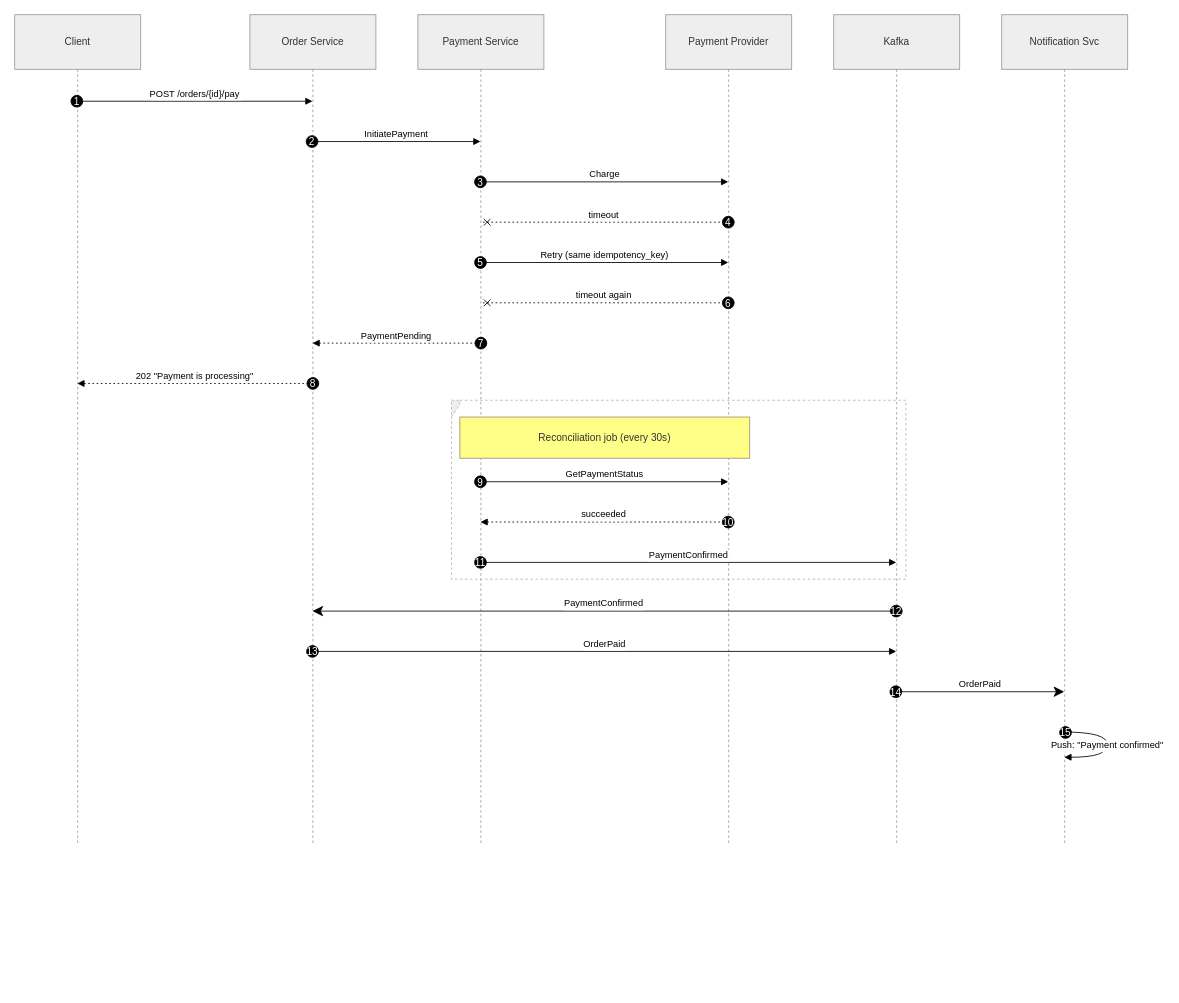
hextract/highload keeps this draw.io diagram as docs/diagrams/seq-payment-failure.drawio. Above is the earlier version. Source tidied: cells renumbered, new cells numbered last; positions are measured from the earlier drawing's top-left corner, leaving out a move shared by most shapes. Both pictures are drawn from the tidied source at 84%, with x=0, y=0 at pixel (14, 14).
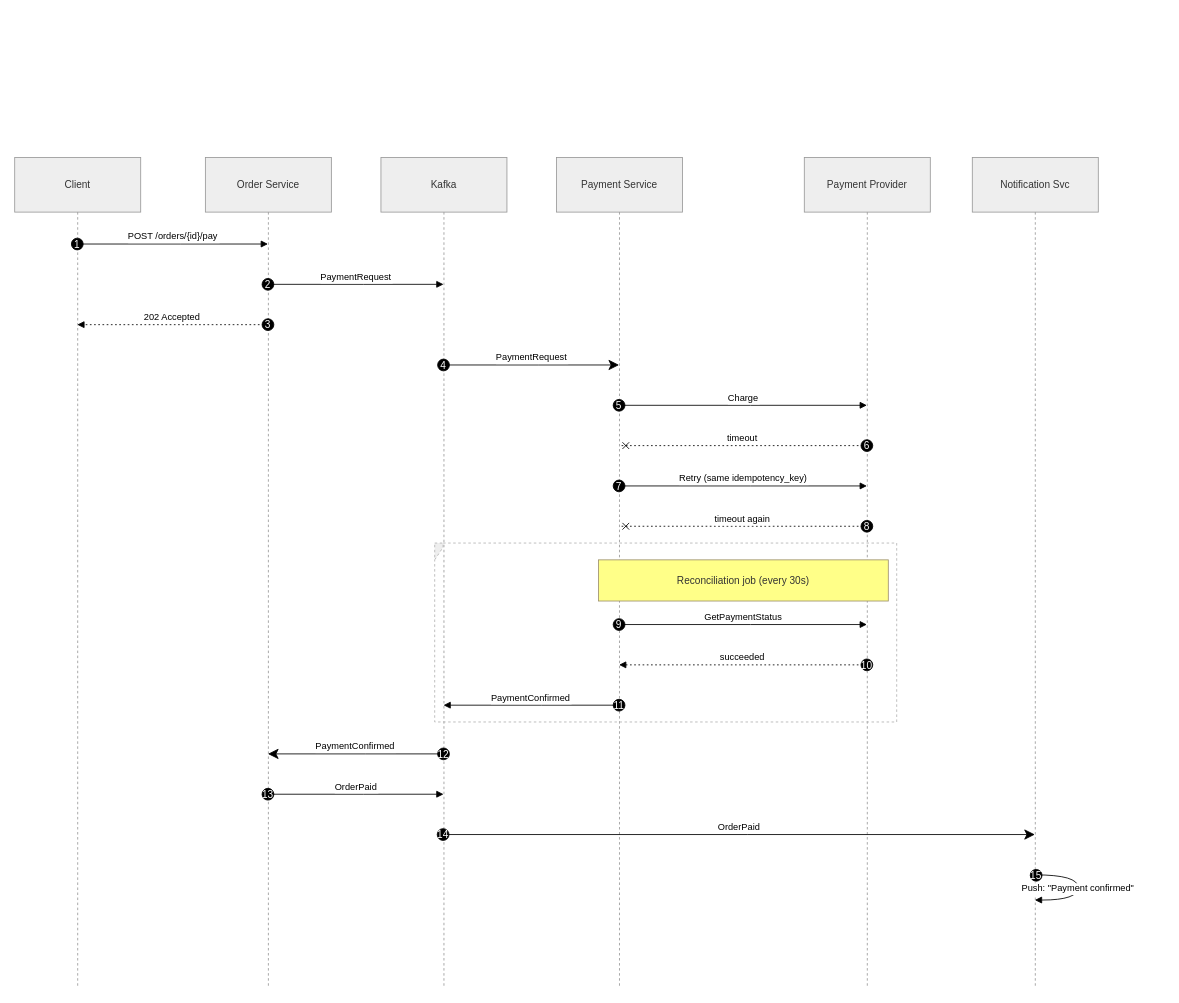
The same page after the edit.

Change to the diagram source:
```diff
@@
     <mxCell id="2" value="Client" style="shape=umlLifeline;perimeter=lifelinePerimeter;whiteSpace=wrap;outlineConnect=0;portConstraint=eastwest;newEdgeStyle={&quot;edgeStyle&quot;:&quot;elbowEdgeStyle&quot;,&quot;elbow&quot;:&quot;vertical&quot;,&quot;curved&quot;:0,&quot;rounded&quot;:0};size=65;fillColor=light-dark(#eeeeee,#1f2020);strokeColor=light-dark(#999999,#cccccc);fontColor=light-dark(#333333,#cccccc);" parent="1" vertex="1">
-      <mxGeometry width="150" height="989" as="geometry" />
+      <mxGeometry y="170" width="150" height="989" as="geometry" />
     </mxCell>
     <mxCell id="3" value="Order Service" style="shape=umlLifeline;perimeter=lifelinePerimeter;whiteSpace=wrap;outlineConnect=0;portConstraint=eastwest;newEdgeStyle={&quot;edgeStyle&quot;:&quot;elbowEdgeStyle&quot;,&quot;elbow&quot;:&quot;vertical&quot;,&quot;curved&quot;:0,&quot;rounded&quot;:0};size=65;fillColor=light-dark(#eeeeee,#1f2020);strokeColor=light-dark(#999999,#cccccc);fontColor=light-dark(#333333,#cccccc);" parent="1" vertex="1">
-      <mxGeometry x="280" width="150" height="989" as="geometry" />
+      <mxGeometry x="227" y="170" width="150" height="989" as="geometry" />
     </mxCell>
+    <mxCell id="6" value="Kafka" style="shape=umlLifeline;perimeter=lifelinePerimeter;whiteSpace=wrap;outlineConnect=0;portConstraint=eastwest;newEdgeStyle={&quot;edgeStyle&quot;:&quot;elbowEdgeStyle&quot;,&quot;elbow&quot;:&quot;vertical&quot;,&quot;curved&quot;:0,&quot;rounded&quot;:0};size=65;fillColor=light-dark(#eeeeee,#1f2020);strokeColor=light-dark(#999999,#cccccc);fontColor=light-dark(#333333,#cccccc);" parent="1" vertex="1">
+      <mxGeometry x="436" y="170" width="150" height="989" as="geometry" />
+    </mxCell>
     <mxCell id="4" value="Payment Service" style="shape=umlLifeline;perimeter=lifelinePerimeter;whiteSpace=wrap;outlineConnect=0;portConstraint=eastwest;newEdgeStyle={&quot;edgeStyle&quot;:&quot;elbowEdgeStyle&quot;,&quot;elbow&quot;:&quot;vertical&quot;,&quot;curved&quot;:0,&quot;rounded&quot;:0};size=65;fillColor=light-dark(#eeeeee,#1f2020);strokeColor=light-dark(#999999,#cccccc);fontColor=light-dark(#333333,#cccccc);" parent="1" vertex="1">
-      <mxGeometry x="480" width="150" height="989" as="geometry" />
+      <mxGeometry x="645" y="170" width="150" height="989" as="geometry" />
     </mxCell>
     <mxCell id="5" value="Payment Provider" style="shape=umlLifeline;perimeter=lifelinePerimeter;whiteSpace=wrap;outlineConnect=0;portConstraint=eastwest;newEdgeStyle={&quot;edgeStyle&quot;:&quot;elbowEdgeStyle&quot;,&quot;elbow&quot;:&quot;vertical&quot;,&quot;curved&quot;:0,&quot;rounded&quot;:0};size=65;fillColor=light-dark(#eeeeee,#1f2020);strokeColor=light-dark(#999999,#cccccc);fontColor=light-dark(#333333,#cccccc);" parent="1" vertex="1">
-      <mxGeometry x="775" width="150" height="989" as="geometry" />
+      <mxGeometry x="940" y="170" width="150" height="989" as="geometry" />
     </mxCell>
-    <mxCell id="6" value="Kafka" style="shape=umlLifeline;perimeter=lifelinePerimeter;whiteSpace=wrap;outlineConnect=0;portConstraint=eastwest;newEdgeStyle={&quot;edgeStyle&quot;:&quot;elbowEdgeStyle&quot;,&quot;elbow&quot;:&quot;vertical&quot;,&quot;curved&quot;:0,&quot;rounded&quot;:0};size=65;fillColor=light-dark(#eeeeee,#1f2020);strokeColor=light-dark(#999999,#cccccc);fontColor=light-dark(#333333,#cccccc);" parent="1" vertex="1">
-      <mxGeometry x="975" width="150" height="989" as="geometry" />
-    </mxCell>
     <mxCell id="7" value="Notification Svc" style="shape=umlLifeline;perimeter=lifelinePerimeter;whiteSpace=wrap;outlineConnect=0;portConstraint=eastwest;newEdgeStyle={&quot;edgeStyle&quot;:&quot;elbowEdgeStyle&quot;,&quot;elbow&quot;:&quot;vertical&quot;,&quot;curved&quot;:0,&quot;rounded&quot;:0};size=65;fillColor=light-dark(#eeeeee,#1f2020);strokeColor=light-dark(#999999,#cccccc);fontColor=light-dark(#333333,#cccccc);" parent="1" vertex="1">
-      <mxGeometry x="1175" width="150" height="989" as="geometry" />
+      <mxGeometry x="1140" y="170" width="150" height="989" as="geometry" />
     </mxCell>
-    <mxCell id="8" style="shape=umlFrame;dashed=1;strokeColor=#B3B3B3;height=20;width=0;fillColor=light-dark(#eeeeee,#1f2020);fontColor=light-dark(#333333,#cccccc);" parent="1" vertex="1">
-      <mxGeometry x="520" y="459" width="541" height="213" as="geometry" />
-    </mxCell>
-    <mxCell id="9" style="text;strokeColor=none;fillColor=none;align=center;verticalAlign=middle;whiteSpace=wrap;" parent="8" vertex="1">
-      <mxGeometry width="541" height="20" as="geometry" />
-    </mxCell>
+    <mxCell id="41" style="shape=umlFrame;dashed=1;strokeColor=#B3B3B3;height=20;width=0;fillColor=light-dark(#eeeeee,#1f2020);fontColor=light-dark(#333333,#cccccc);" parent="1" vertex="1">
+      <mxGeometry x="500" y="629" width="550" height="213" as="geometry" />
+    </mxCell>
+    <mxCell id="42" style="text;strokeColor=none;fillColor=none;align=center;verticalAlign=middle;whiteSpace=wrap;" parent="41" vertex="1">
+      <mxGeometry width="550" height="20" as="geometry" />
+    </mxCell>
     <mxCell id="10" value="POST /orders/{id}/pay" style="verticalAlign=bottom;edgeStyle=elbowEdgeStyle;elbow=vertical;curved=0;rounded=0;endArrow=block;" parent="1" edge="1" source="2" target="3">
       <mxGeometry relative="1" as="geometry">
         <Array as="points">
-          <mxPoint x="224" y="103" />
+          <mxPoint x="197" y="273" />
         </Array>
       </mxGeometry>
     </mxCell>
     <mxCell id="11" value="1" style="ellipse;fillColor=#000000;align=center;fontColor=#FFFFFF;" parent="10" vertex="1">
       <mxGeometry width="14" height="14" relative="1" as="geometry">
-        <mxPoint x="-147.5" y="-7" as="offset" />
+        <mxPoint x="-121" y="-7" as="offset" />
       </mxGeometry>
     </mxCell>
-    <mxCell id="12" value="InitiatePayment" style="verticalAlign=bottom;edgeStyle=elbowEdgeStyle;elbow=vertical;curved=0;rounded=0;endArrow=block;" parent="1" edge="1" source="3" target="4">
-      <mxGeometry relative="1" as="geometry">
-        <Array as="points">
-          <mxPoint x="464" y="151" />
-        </Array>
-      </mxGeometry>
-    </mxCell>
+    <mxCell id="43" value="PaymentRequest" style="verticalAlign=bottom;edgeStyle=elbowEdgeStyle;elbow=vertical;curved=0;rounded=0;endArrow=block;" parent="1" edge="1" source="3" target="6">
+      <mxGeometry relative="1" as="geometry">
+        <Array as="points">
+          <mxPoint x="415" y="321" />
+        </Array>
+      </mxGeometry>
+    </mxCell>
-    <mxCell id="13" value="2" style="ellipse;fillColor=#000000;align=center;fontColor=#FFFFFF;" parent="12" vertex="1">
+    <mxCell id="13" value="2" style="ellipse;fillColor=#000000;align=center;fontColor=#FFFFFF;" parent="43" vertex="1">
       <mxGeometry width="14" height="14" relative="1" as="geometry">
-        <mxPoint x="-107.5" y="-7" as="offset" />
+        <mxPoint x="-112" y="-7" as="offset" />
       </mxGeometry>
     </mxCell>
+    <mxCell id="24" value="202 Accepted" style="verticalAlign=bottom;edgeStyle=elbowEdgeStyle;elbow=vertical;curved=0;rounded=0;dashed=1;dashPattern=2 3;endArrow=block;" parent="1" edge="1" source="3" target="2">
+      <mxGeometry relative="1" as="geometry">
+        <Array as="points">
+          <mxPoint x="200" y="369" />
+        </Array>
+      </mxGeometry>
+    </mxCell>
+    <mxCell id="15" value="3" style="ellipse;fillColor=#000000;align=center;fontColor=#FFFFFF;" parent="24" vertex="1">
+      <mxGeometry width="14" height="14" relative="1" as="geometry">
+        <mxPoint x="107" y="-7" as="offset" />
+      </mxGeometry>
+    </mxCell>
+    <mxCell id="44" value="PaymentRequest" style="verticalAlign=bottom;edgeStyle=elbowEdgeStyle;elbow=vertical;curved=0;rounded=0;endArrow=classic;endSize=10;" parent="1" edge="1" source="6" target="4">
+      <mxGeometry relative="1" as="geometry">
+        <Array as="points">
+          <mxPoint x="624" y="417" />
+        </Array>
+      </mxGeometry>
+    </mxCell>
+    <mxCell id="17" value="4" style="ellipse;fillColor=#000000;align=center;fontColor=#FFFFFF;" parent="44" vertex="1">
+      <mxGeometry width="14" height="14" relative="1" as="geometry">
+        <mxPoint x="-112" y="-7" as="offset" />
+      </mxGeometry>
+    </mxCell>
     <mxCell id="14" value="Charge" style="verticalAlign=bottom;edgeStyle=elbowEdgeStyle;elbow=vertical;curved=0;rounded=0;endArrow=block;" parent="1" edge="1" source="4" target="5">
       <mxGeometry relative="1" as="geometry">
         <Array as="points">
-          <mxPoint x="711" y="199" />
+          <mxPoint x="876" y="465" />
         </Array>
       </mxGeometry>
     </mxCell>
-    <mxCell id="15" value="3" style="ellipse;fillColor=#000000;align=center;fontColor=#FFFFFF;" parent="14" vertex="1">
-      <mxGeometry width="14" height="14" relative="1" as="geometry">
-        <mxPoint x="-155" y="-7" as="offset" />
-      </mxGeometry>
-    </mxCell>
+    <mxCell id="19" value="5" style="ellipse;fillColor=#000000;align=center;fontColor=#FFFFFF;" parent="14" vertex="1">
+      <mxGeometry width="14" height="14" relative="1" as="geometry">
+        <mxPoint x="-155" y="-7" as="offset" />
+      </mxGeometry>
+    </mxCell>
     <mxCell id="16" value="timeout" style="verticalAlign=bottom;edgeStyle=elbowEdgeStyle;elbow=vertical;curved=0;rounded=0;endArrow=cross;dashed=1;dashPattern=2 3;" parent="1" edge="1" source="5" target="4">
       <mxGeometry relative="1" as="geometry">
         <Array as="points">
-          <mxPoint x="714" y="247" />
+          <mxPoint x="879" y="513" />
         </Array>
       </mxGeometry>
     </mxCell>
-    <mxCell id="17" value="4" style="ellipse;fillColor=#000000;align=center;fontColor=#FFFFFF;" parent="16" vertex="1">
-      <mxGeometry width="14" height="14" relative="1" as="geometry">
-        <mxPoint x="141" y="-7" as="offset" />
-      </mxGeometry>
-    </mxCell>
+    <mxCell id="21" value="6" style="ellipse;fillColor=#000000;align=center;fontColor=#FFFFFF;" parent="16" vertex="1">
+      <mxGeometry width="14" height="14" relative="1" as="geometry">
+        <mxPoint x="141" y="-7" as="offset" />
+      </mxGeometry>
+    </mxCell>
     <mxCell id="18" value="Retry (same idempotency_key)" style="verticalAlign=bottom;edgeStyle=elbowEdgeStyle;elbow=vertical;curved=0;rounded=0;endArrow=block;" parent="1" edge="1" source="4" target="5">
       <mxGeometry relative="1" as="geometry">
         <Array as="points">
-          <mxPoint x="711" y="295" />
+          <mxPoint x="876" y="561" />
         </Array>
       </mxGeometry>
     </mxCell>
-    <mxCell id="19" value="5" style="ellipse;fillColor=#000000;align=center;fontColor=#FFFFFF;" parent="18" vertex="1">
-      <mxGeometry width="14" height="14" relative="1" as="geometry">
-        <mxPoint x="-155" y="-7" as="offset" />
-      </mxGeometry>
-    </mxCell>
+    <mxCell id="23" value="7" style="ellipse;fillColor=#000000;align=center;fontColor=#FFFFFF;" parent="18" vertex="1">
+      <mxGeometry width="14" height="14" relative="1" as="geometry">
+        <mxPoint x="-155" y="-7" as="offset" />
+      </mxGeometry>
+    </mxCell>
     <mxCell id="20" value="timeout again" style="verticalAlign=bottom;edgeStyle=elbowEdgeStyle;elbow=vertical;curved=0;rounded=0;endArrow=cross;dashed=1;dashPattern=2 3;" parent="1" edge="1" source="5" target="4">
       <mxGeometry relative="1" as="geometry">
         <Array as="points">
-          <mxPoint x="714" y="343" />
+          <mxPoint x="879" y="609" />
         </Array>
       </mxGeometry>
     </mxCell>
-    <mxCell id="21" value="6" style="ellipse;fillColor=#000000;align=center;fontColor=#FFFFFF;" parent="20" vertex="1">
-      <mxGeometry width="14" height="14" relative="1" as="geometry">
-        <mxPoint x="141" y="-7" as="offset" />
-      </mxGeometry>
-    </mxCell>
-    <mxCell id="22" value="PaymentPending" style="verticalAlign=bottom;edgeStyle=elbowEdgeStyle;elbow=vertical;curved=0;rounded=0;dashed=1;dashPattern=2 3;endArrow=block;" parent="1" edge="1" source="4" target="3">
-      <mxGeometry relative="1" as="geometry">
-        <Array as="points">
-          <mxPoint x="467" y="391" />
-        </Array>
-      </mxGeometry>
-    </mxCell>
-    <mxCell id="23" value="7" style="ellipse;fillColor=#000000;align=center;fontColor=#FFFFFF;" parent="22" vertex="1">
-      <mxGeometry width="14" height="14" relative="1" as="geometry">
-        <mxPoint x="93.5" y="-7" as="offset" />
-      </mxGeometry>
-    </mxCell>
-    <mxCell id="24" value="202 &quot;Payment is processing&quot;" style="verticalAlign=bottom;edgeStyle=elbowEdgeStyle;elbow=vertical;curved=0;rounded=0;dashed=1;dashPattern=2 3;endArrow=block;" parent="1" edge="1" source="3" target="2">
-      <mxGeometry relative="1" as="geometry">
-        <Array as="points">
-          <mxPoint x="227" y="439" />
-        </Array>
-      </mxGeometry>
-    </mxCell>
-    <mxCell id="25" value="8" style="ellipse;fillColor=#000000;align=center;fontColor=#FFFFFF;" parent="24" vertex="1">
+    <mxCell id="25" value="8" style="ellipse;fillColor=#000000;align=center;fontColor=#FFFFFF;" parent="20" vertex="1">
       <mxGeometry width="14" height="14" relative="1" as="geometry">
-        <mxPoint x="133.5" y="-7" as="offset" />
+        <mxPoint x="141" y="-7" as="offset" />
       </mxGeometry>
     </mxCell>
     <mxCell id="26" value="GetPaymentStatus" style="verticalAlign=bottom;edgeStyle=elbowEdgeStyle;elbow=vertical;curved=0;rounded=0;endArrow=block;" parent="1" edge="1" source="4" target="5">
       <mxGeometry relative="1" as="geometry">
         <Array as="points">
-          <mxPoint x="711" y="556" />
+          <mxPoint x="876" y="726" />
         </Array>
       </mxGeometry>
     </mxCell>
@@
     <mxCell id="28" value="succeeded" style="verticalAlign=bottom;edgeStyle=elbowEdgeStyle;elbow=vertical;curved=0;rounded=0;dashed=1;dashPattern=2 3;endArrow=block;" parent="1" edge="1" source="5" target="4">
       <mxGeometry relative="1" as="geometry">
         <Array as="points">
-          <mxPoint x="714" y="604" />
+          <mxPoint x="879" y="774" />
         </Array>
       </mxGeometry>
     </mxCell>
@@
     <mxCell id="30" value="PaymentConfirmed" style="verticalAlign=bottom;edgeStyle=elbowEdgeStyle;elbow=vertical;curved=0;rounded=0;endArrow=block;" parent="1" edge="1" source="4" target="6">
       <mxGeometry relative="1" as="geometry">
         <Array as="points">
-          <mxPoint x="811" y="652" />
+          <mxPoint x="627" y="822" />
         </Array>
       </mxGeometry>
     </mxCell>
     <mxCell id="31" value="11" style="ellipse;fillColor=#000000;align=center;fontColor=#FFFFFF;" parent="30" vertex="1">
       <mxGeometry width="14" height="14" relative="1" as="geometry">
-        <mxPoint x="-255" y="-7" as="offset" />
+        <mxPoint x="98" y="-7" as="offset" />
       </mxGeometry>
     </mxCell>
     <mxCell id="32" value="PaymentConfirmed" style="verticalAlign=bottom;edgeStyle=elbowEdgeStyle;elbow=vertical;curved=0;rounded=0;endArrow=classic;endSize=10;" parent="1" edge="1" source="6" target="3">
       <mxGeometry relative="1" as="geometry">
         <Array as="points">
-          <mxPoint x="714" y="710" />
+          <mxPoint x="418" y="880" />
         </Array>
       </mxGeometry>
     </mxCell>
     <mxCell id="33" value="12" style="ellipse;fillColor=#000000;align=center;fontColor=#FFFFFF;" parent="32" vertex="1">
       <mxGeometry width="14" height="14" relative="1" as="geometry">
-        <mxPoint x="341" y="-7" as="offset" />
+        <mxPoint x="98" y="-7" as="offset" />
       </mxGeometry>
     </mxCell>
     <mxCell id="34" value="OrderPaid" style="verticalAlign=bottom;edgeStyle=elbowEdgeStyle;elbow=vertical;curved=0;rounded=0;endArrow=block;" parent="1" edge="1" source="3" target="6">
       <mxGeometry relative="1" as="geometry">
         <Array as="points">
-          <mxPoint x="711" y="758" />
+          <mxPoint x="415" y="928" />
         </Array>
       </mxGeometry>
     </mxCell>
     <mxCell id="35" value="13" style="ellipse;fillColor=#000000;align=center;fontColor=#FFFFFF;" parent="34" vertex="1">
       <mxGeometry width="14" height="14" relative="1" as="geometry">
-        <mxPoint x="-355" y="-7" as="offset" />
+        <mxPoint x="-112" y="-7" as="offset" />
       </mxGeometry>
     </mxCell>
     <mxCell id="36" value="OrderPaid" style="verticalAlign=bottom;edgeStyle=elbowEdgeStyle;elbow=vertical;curved=0;rounded=0;endArrow=classic;endSize=10;" parent="1" edge="1" source="6" target="7">
       <mxGeometry relative="1" as="geometry">
         <Array as="points">
-          <mxPoint x="1159" y="806" />
+          <mxPoint x="872" y="976" />
         </Array>
       </mxGeometry>
     </mxCell>
     <mxCell id="37" value="14" style="ellipse;fillColor=#000000;align=center;fontColor=#FFFFFF;" parent="36" vertex="1">
       <mxGeometry width="14" height="14" relative="1" as="geometry">
-        <mxPoint x="-107.5" y="-7" as="offset" />
+        <mxPoint x="-359.5" y="-7" as="offset" />
       </mxGeometry>
     </mxCell>
     <mxCell id="38" value="Push: &quot;Payment confirmed&quot;" style="curved=1;endArrow=block;rounded=0;" parent="1" edge="1" source="7" target="7">
       <mxGeometry relative="1" as="geometry">
         <Array as="points">
-          <mxPoint x="1301" y="854" />
-          <mxPoint x="1301" y="884" />
+          <mxPoint x="1266" y="1024" />
+          <mxPoint x="1266" y="1054" />
         </Array>
       </mxGeometry>
     </mxCell>
@@
     <mxCell id="40" value="Reconciliation job (every 30s)" style="fillColor=#ffff88;strokeColor=#9E916F;fontColor=light-dark(#333333,#cccccc);" parent="1" vertex="1">
-      <mxGeometry x="530" y="479" width="345" height="49" as="geometry" />
+      <mxGeometry x="695" y="649" width="345" height="49" as="geometry" />
     </mxCell>
```
